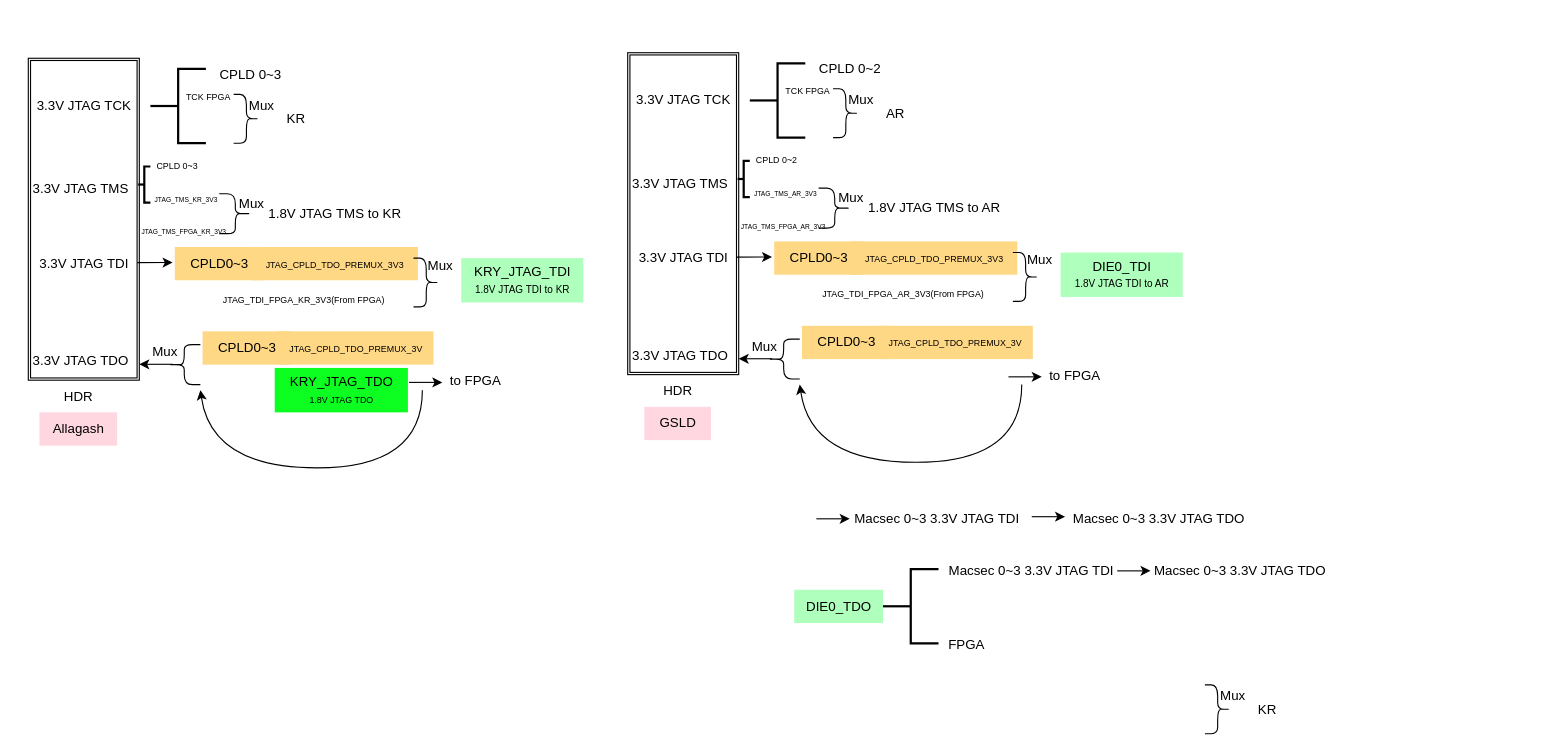
The draw.io diagram JTAG.drawio in kongzhongfeima/draw_io, before the edit. Source tidied: cells renumbered, new cells numbered last; positions are measured from the earlier drawing's top-left corner, leaving out a move shared by most shapes. Both pictures are drawn from the tidied source at 111%, with x=0, y=0 at pixel (19, 52).
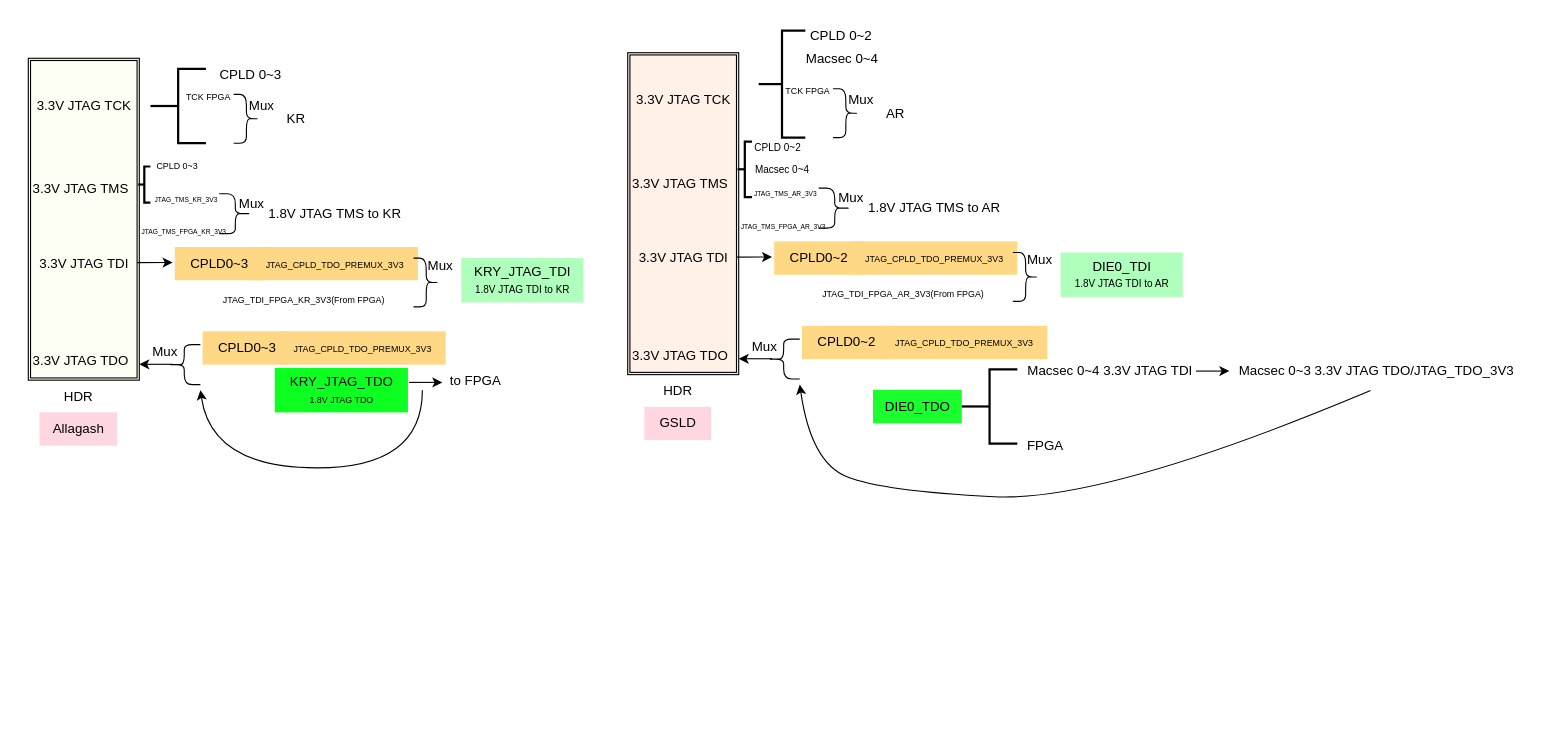
After the change.

Diff of the diagram source:
```diff
@@
-    <mxCell id="2" style="shape=ext;double=1;rounded=0;whiteSpace=wrap;html=1;" parent="1" vertex="1">
+    <mxCell id="2" style="shape=ext;double=1;rounded=0;whiteSpace=wrap;html=1;fillColor=#FEFFF4;" parent="1" vertex="1">
       <mxGeometry x="8" y="5" width="100" height="290" as="geometry" />
     </mxCell>
@@
-    <mxCell id="33" value="&lt;font style=&quot;font-size: 8px;&quot;&gt;JTAG_CPLD_TDO_PREMUX_3V&lt;/font&gt;" style="text;html=1;align=center;verticalAlign=middle;strokeColor=none;fillColor=#FFD885;" parent="1" vertex="1">
-      <mxGeometry x="233" y="251" width="140" height="30" as="geometry" />
+    <mxCell id="33" value="&lt;font style=&quot;font-size: 8px;&quot;&gt;JTAG_CPLD_TDO_PREMUX_3V3&lt;/font&gt;" style="text;html=1;align=center;verticalAlign=middle;strokeColor=none;fillColor=#FFD885;" parent="1" vertex="1">
+      <mxGeometry x="234" y="251" width="150" height="30" as="geometry" />
     </mxCell>
@@
-    <mxCell id="38" style="group;" parent="1" vertex="1">
-      <mxGeometry x="540" width="508" height="369" as="geometry" />
+    <mxCell id="38" style="group;fillColor=none;" parent="1" vertex="1">
+      <mxGeometry x="540" width="819" height="369" as="geometry" />
     </mxCell>
-    <mxCell id="39" style="shape=ext;double=1;rounded=0;whiteSpace=wrap;html=1;" parent="38" vertex="1">
+    <mxCell id="39" style="shape=ext;double=1;rounded=0;whiteSpace=wrap;html=1;fillColor=#FFF0E8;" parent="38" vertex="1">
       <mxGeometry x="8" width="100" height="290" as="geometry" />
     </mxCell>
@@
     <mxCell id="44" style="strokeWidth=2;html=1;shape=mxgraph.flowchart.annotation_2;align=left;labelPosition=right;" parent="38" vertex="1">
-      <mxGeometry x="118" y="9.5" width="50" height="67" as="geometry" />
+      <mxGeometry x="126" y="-20" width="42" height="96.5" as="geometry" />
     </mxCell>
@@
-    <mxCell id="46" value="CPLD 0~2" style="text;html=1;align=center;verticalAlign=middle;strokeColor=none;fillColor=none;" parent="38" vertex="1">
-      <mxGeometry x="168" width="80" height="30" as="geometry" />
-    </mxCell>
@@
-    <mxCell id="48" value="CPLD0~3" style="text;html=1;align=center;verticalAlign=middle;strokeColor=none;fillColor=#FFD885;" parent="38" vertex="1">
+    <mxCell id="48" value="CPLD0~2" style="text;html=1;align=center;verticalAlign=middle;strokeColor=none;fillColor=#FFD885;" parent="38" vertex="1">
       <mxGeometry x="140" y="170" width="80" height="30" as="geometry" />
     </mxCell>
@@
     <mxCell id="59" style="strokeWidth=2;html=1;shape=mxgraph.flowchart.annotation_2;align=left;labelPosition=right;" parent="38" vertex="1">
-      <mxGeometry x="107" y="97.5" width="11" height="32.5" as="geometry" />
+      <mxGeometry x="107" y="80" width="13" height="50" as="geometry" />
     </mxCell>
-    <mxCell id="60" value="&lt;font style=&quot;font-size: 8px;&quot;&gt;CPLD 0~2&lt;/font&gt;" style="text;html=1;align=center;verticalAlign=middle;strokeColor=none;fillColor=none;" parent="38" vertex="1">
-      <mxGeometry x="112" y="80.5" width="60" height="30" as="geometry" />
+    <mxCell id="60" value="&lt;font style=&quot;font-size: 9px;&quot;&gt;CPLD 0~2&lt;/font&gt;" style="text;html=1;align=center;verticalAlign=middle;strokeColor=none;fillColor=none;" parent="38" vertex="1">
+      <mxGeometry x="108" y="69.5" width="70" height="30" as="geometry" />
     </mxCell>
@@
-    <mxCell id="64" value="&amp;nbsp;to FPGA" style="text;html=1;align=center;verticalAlign=middle;strokeColor=none;fillColor=none;" parent="38" vertex="1">
-      <mxGeometry x="374" y="276" width="70" height="30" as="geometry" />
-    </mxCell>
@@
-    <mxCell id="66" style="endArrow=classic;html=1;rounded=0;" parent="38" edge="1">
-      <mxGeometry relative="1" as="geometry">
-        <mxPoint x="351" y="292" as="sourcePoint" />
-        <mxPoint x="381" y="292" as="targetPoint" />
-      </mxGeometry>
-    </mxCell>
-    <mxCell id="67" style="curved=1;endArrow=classic;html=1;rounded=0;" parent="38" edge="1">
+    <mxCell id="67" style="curved=1;endArrow=classic;html=1;rounded=0;exitX=0.475;exitY=1.086;exitDx=0;exitDy=0;exitPerimeter=0;" parent="38" edge="1" source="84">
       <mxGeometry relative="1" as="geometry">
-        <mxPoint x="363" y="299" as="sourcePoint" />
         <mxPoint x="163" y="299" as="targetPoint" />
         <Array as="points">
-          <mxPoint x="363" y="369" />
+          <mxPoint x="438" y="405" />
+          <mxPoint x="238" y="395" />
           <mxPoint x="173" y="369" />
         </Array>
       </mxGeometry>
     </mxCell>
-    <mxCell id="68" value="CPLD0~3" style="text;html=1;align=center;verticalAlign=middle;strokeColor=none;fillColor=#FFD885;" parent="38" vertex="1">
+    <mxCell id="68" value="CPLD0~2" style="text;html=1;align=center;verticalAlign=middle;strokeColor=none;fillColor=#FFD885;" parent="38" vertex="1">
       <mxGeometry x="165" y="246" width="80" height="30" as="geometry" />
     </mxCell>
-    <mxCell id="69" value="&lt;font style=&quot;font-size: 8px;&quot;&gt;JTAG_CPLD_TDO_PREMUX_3V&lt;/font&gt;" style="text;html=1;align=center;verticalAlign=middle;strokeColor=none;fillColor=#FFD885;" parent="38" vertex="1">
-      <mxGeometry x="233" y="246" width="140" height="30" as="geometry" />
+    <mxCell id="69" value="&lt;font style=&quot;font-size: 8px;&quot;&gt;JTAG_CPLD_TDO_PREMUX_3V3&lt;/font&gt;" style="text;html=1;align=center;verticalAlign=middle;strokeColor=none;fillColor=#FFD885;" parent="38" vertex="1">
+      <mxGeometry x="236" y="246" width="150" height="30" as="geometry" />
     </mxCell>
@@
-    <mxCell id="74" value="Macsec 0~3 3.3V JTAG TDO&amp;nbsp;" style="text;html=1;align=center;verticalAlign=middle;strokeColor=none;fillColor=none;" parent="1" vertex="1">
-      <mxGeometry x="938" y="405" width="180" height="30" as="geometry" />
-    </mxCell>
-    <mxCell id="75" value="Macsec 0~3 3.3V JTAG TDI&amp;nbsp;" style="text;html=1;align=center;verticalAlign=middle;strokeColor=none;fillColor=none;" parent="1" vertex="1">
-      <mxGeometry x="738" y="405" width="180" height="30" as="geometry" />
-    </mxCell>
-    <mxCell id="76" style="endArrow=classic;html=1;rounded=0;" parent="1" edge="1">
-      <mxGeometry relative="1" as="geometry">
-        <mxPoint x="912" y="418" as="sourcePoint" />
-        <mxPoint x="942" y="418" as="targetPoint" />
-      </mxGeometry>
-    </mxCell>
-    <mxCell id="77" value="DIE0_TDO" style="text;html=1;align=center;verticalAlign=middle;strokeColor=none;fillColor=#AFFFBD;" parent="1" vertex="1">
-      <mxGeometry x="698" y="483.8" width="80" height="30" as="geometry" />
+    <mxCell id="77" value="DIE0_TDO" style="text;html=1;align=center;verticalAlign=middle;strokeColor=none;fillColor=#1AFF2D;" parent="38" vertex="1">
+      <mxGeometry x="229" y="303.8" width="80" height="30" as="geometry" />
     </mxCell>
-    <mxCell id="78" style="endArrow=classic;html=1;rounded=0;" parent="1" edge="1">
-      <mxGeometry relative="1" as="geometry">
-        <mxPoint x="718" y="419.9" as="sourcePoint" />
-        <mxPoint x="748" y="419.9" as="targetPoint" />
-      </mxGeometry>
-    </mxCell>
-    <mxCell id="79" style="strokeWidth=2;html=1;shape=mxgraph.flowchart.annotation_2;align=left;labelPosition=right;" parent="1" vertex="1">
-      <mxGeometry x="778" y="465.2" width="50" height="67" as="geometry" />
+    <mxCell id="79" style="strokeWidth=2;html=1;shape=mxgraph.flowchart.annotation_2;align=left;labelPosition=right;" parent="38" vertex="1">
+      <mxGeometry x="309" y="285.2" width="50" height="67" as="geometry" />
     </mxCell>
-    <mxCell id="80" value="KR" style="text;html=1;align=center;verticalAlign=middle;strokeColor=none;fillColor=none;" parent="1" vertex="1">
-      <mxGeometry x="1104" y="576.5" width="40" height="30" as="geometry" />
-    </mxCell>
-    <mxCell id="81" style="shape=curlyBracket;whiteSpace=wrap;html=1;rounded=1;flipH=1;labelPosition=right;verticalLabelPosition=middle;align=left;verticalAlign=middle;size=0.5;" parent="1" vertex="1">
-      <mxGeometry x="1068" y="569.5" width="23" height="44" as="geometry" />
-    </mxCell>
-    <mxCell id="82" value="Mux" style="text;html=1;align=center;verticalAlign=middle;strokeColor=none;fillColor=none;" parent="1" vertex="1">
-      <mxGeometry x="1068" y="565" width="50" height="30" as="geometry" />
-    </mxCell>
-    <mxCell id="83" value="FPGA" style="text;html=1;align=center;verticalAlign=middle;strokeColor=none;fillColor=none;" parent="1" vertex="1">
-      <mxGeometry x="823" y="519" width="60" height="30" as="geometry" />
+    <mxCell id="83" value="FPGA" style="text;html=1;align=center;verticalAlign=middle;strokeColor=none;fillColor=none;" parent="38" vertex="1">
+      <mxGeometry x="354" y="339" width="60" height="30" as="geometry" />
     </mxCell>
-    <mxCell id="84" value="Macsec 0~3 3.3V JTAG TDO&amp;nbsp;" style="text;html=1;align=center;verticalAlign=middle;points=[];strokeColor=none;fillColor=none;" parent="1" vertex="1">
-      <mxGeometry x="1011" y="451.8" width="180" height="30" as="geometry" />
+    <mxCell id="84" value="Macsec 0~3 3.3V JTAG TDO/JTAG_TDO_3V3&amp;nbsp;" style="text;html=1;align=center;verticalAlign=middle;points=[];strokeColor=none;fillColor=none;" parent="38" vertex="1">
+      <mxGeometry x="549" y="271.8" width="270" height="30" as="geometry" />
     </mxCell>
-    <mxCell id="85" value="Macsec 0~3 3.3V JTAG TDI&amp;nbsp;" style="text;html=1;align=center;verticalAlign=middle;strokeColor=none;fillColor=none;" parent="1" vertex="1">
-      <mxGeometry x="823" y="451.8" width="180" height="30" as="geometry" />
+    <mxCell id="85" value="Macsec 0~4 3.3V JTAG TDI&amp;nbsp;" style="text;html=1;align=center;verticalAlign=middle;strokeColor=none;fillColor=none;" parent="38" vertex="1">
+      <mxGeometry x="354" y="271.8" width="180" height="30" as="geometry" />
     </mxCell>
-    <mxCell id="86" style="endArrow=classic;html=1;rounded=0;" parent="1" edge="1">
+    <mxCell id="86" style="endArrow=classic;html=1;rounded=0;" parent="38" edge="1">
       <mxGeometry relative="1" as="geometry">
-        <mxPoint x="989" y="466.8" as="sourcePoint" />
-        <mxPoint x="1019" y="466.8" as="targetPoint" />
+        <mxPoint x="520" y="286.8" as="sourcePoint" />
+        <mxPoint x="550" y="286.8" as="targetPoint" />
       </mxGeometry>
     </mxCell>
+    <mxCell id="87" value="&lt;span style=&quot;font-size: 9px;&quot;&gt;Macsec 0~4&lt;/span&gt;" style="text;html=1;align=center;verticalAlign=middle;strokeColor=none;fillColor=none;" parent="38" vertex="1">
+      <mxGeometry x="112" y="90" width="70" height="30" as="geometry" />
+    </mxCell>
+    <mxCell id="88" value="&lt;font style=&quot;font-size: 12px;&quot;&gt;Macsec 0~4&lt;/font&gt;" style="text;html=1;align=center;verticalAlign=middle;strokeColor=none;fillColor=none;" parent="38" vertex="1">
+      <mxGeometry x="156" y="-9" width="90" height="30" as="geometry" />
+    </mxCell>
+    <mxCell id="46" value="CPLD 0~2" style="text;html=1;align=center;verticalAlign=middle;strokeColor=none;fillColor=none;" parent="1" vertex="1">
+      <mxGeometry x="700" y="-30" width="80" height="30" as="geometry" />
+    </mxCell>
```
